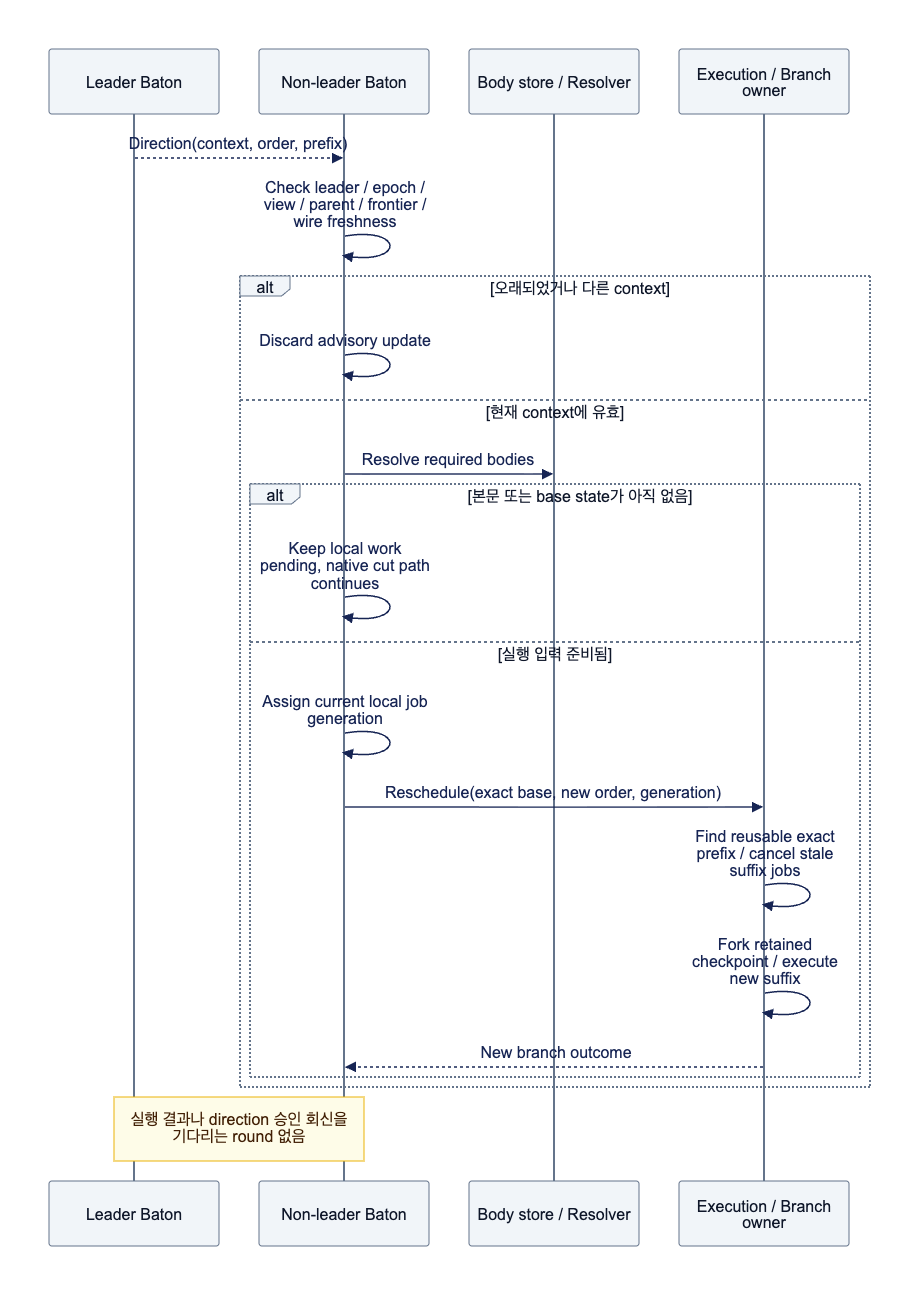
This is assets/diagrams/diagram-07.png from djm07073/baton-research, a Mermaid export, as it was before one commit. Its source is kept beside it as assets/diagrams/diagram-07.mmd. Source of this version:
```mermaid
sequenceDiagram
    participant L as Leader Baton
    participant B as Non-leader Baton
    participant S as Body store / Resolver
    participant E as Execution / Branch owner
    L-->>B: Direction(context, order, prefix)
    B->>B: Check leader / epoch / view / parent / frontier / wire freshness
    alt 오래되었거나 다른 context
        B->>B: Discard advisory update
    else 현재 context에 유효
        B->>S: Resolve required bodies
        alt 본문 또는 base state가 아직 없음
            B->>B: Keep local work pending, native cut path continues
        else 실행 입력 준비됨
            B->>B: Assign current local job generation
            B->>E: Reschedule(exact base, new order, generation)
            E->>E: Find reusable exact prefix / cancel stale suffix jobs
            E->>E: Fork retained checkpoint / execute new suffix
            E-->>B: New branch outcome
        end
    end
    Note over L,B: 실행 결과나 direction 승인 회신을 기다리는 round 없음
```
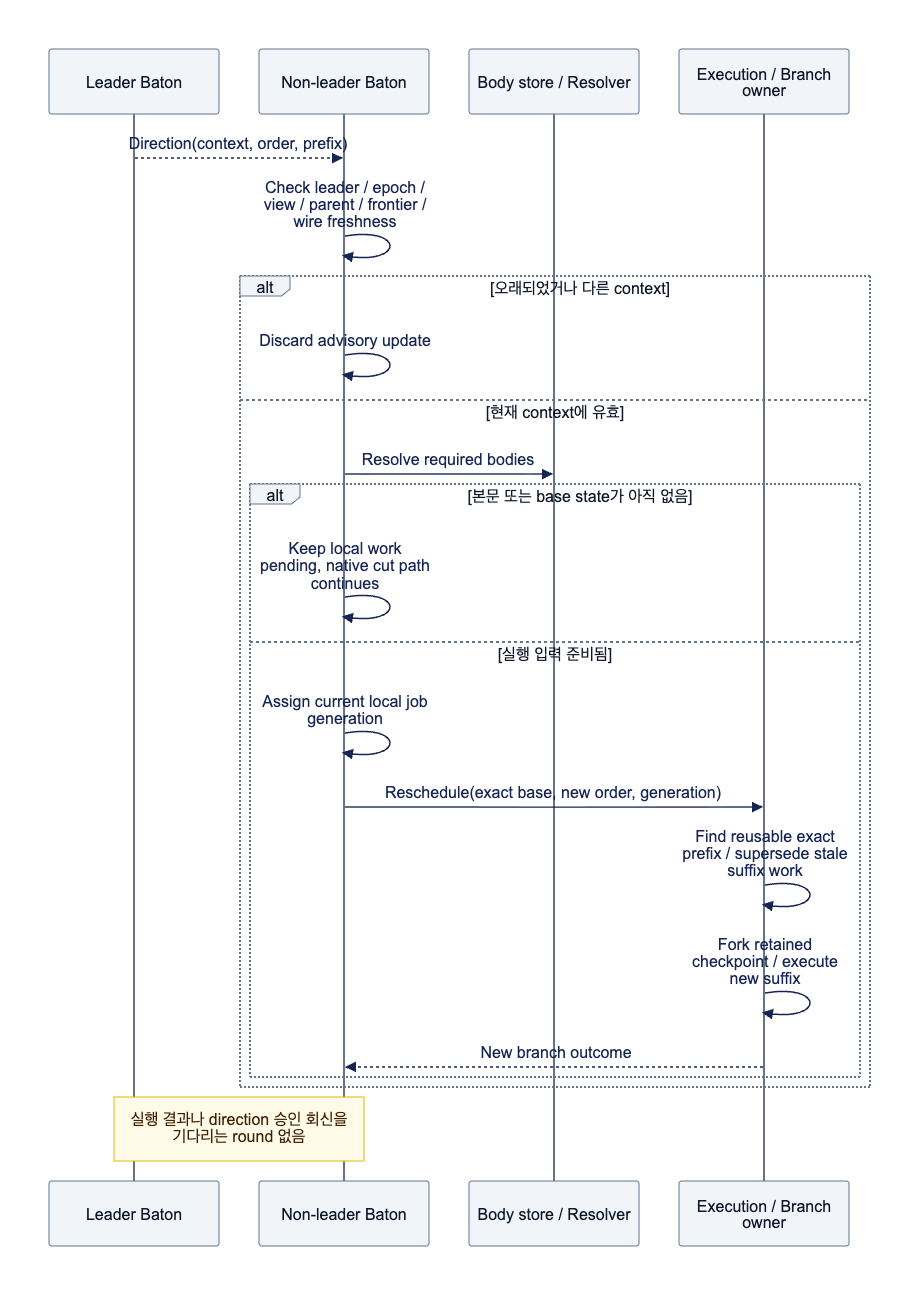
The same diagram one commit later.

Diff of the diagram source:
```diff
@@ -14,7 +14,7 @@
         else 실행 입력 준비됨
             B->>B: Assign current local job generation
             B->>E: Reschedule(exact base, new order, generation)
-            E->>E: Find reusable exact prefix / cancel stale suffix jobs
+            E->>E: Find reusable exact prefix / supersede stale suffix work
             E->>E: Fork retained checkpoint / execute new suffix
             E-->>B: New branch outcome
         end
```
